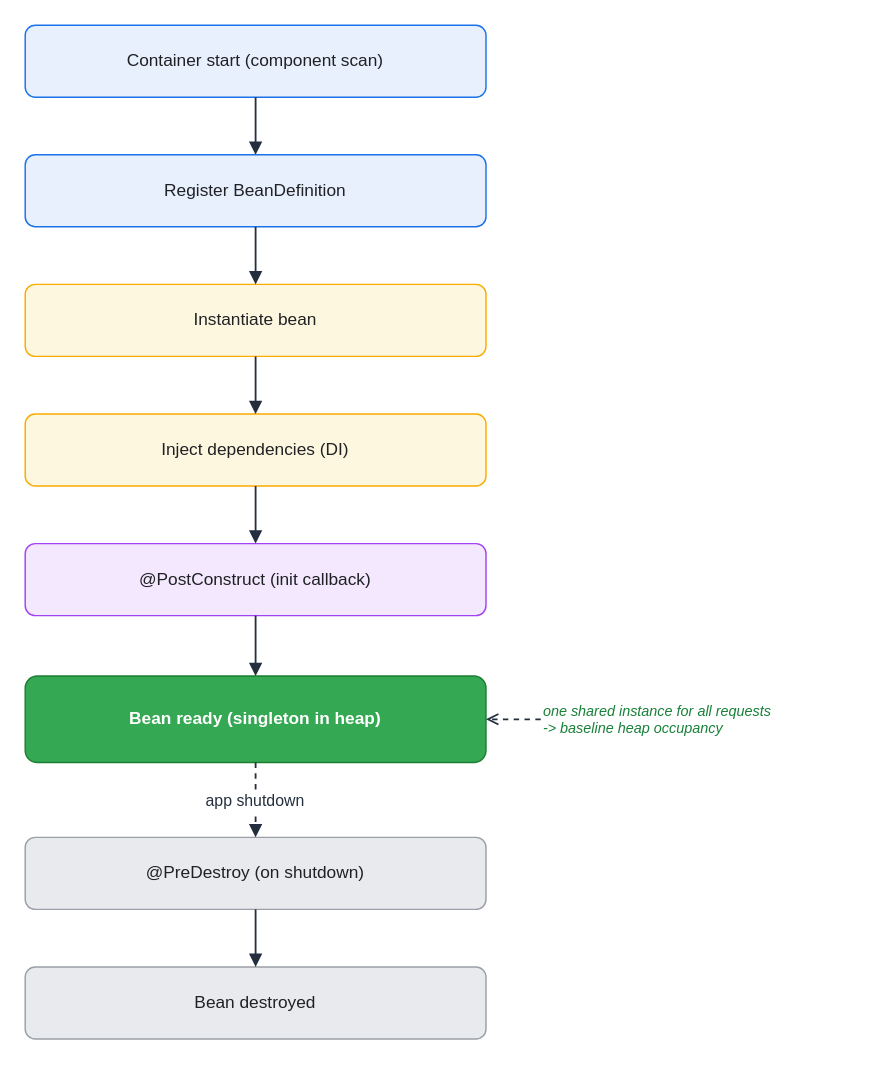
Earlier version of the draw.io diagram assets/img/spring/spring-04-bean-lifecycle.drawio (KKamJi98/kkamji98.github.io). Source tidied: cells renumbered, new cells numbered last; positions are measured from the earlier drawing's top-left corner, leaving out a move shared by most shapes. Both pictures are drawn from the tidied source at 144%, with x=0, y=0 at pixel (24, 24).
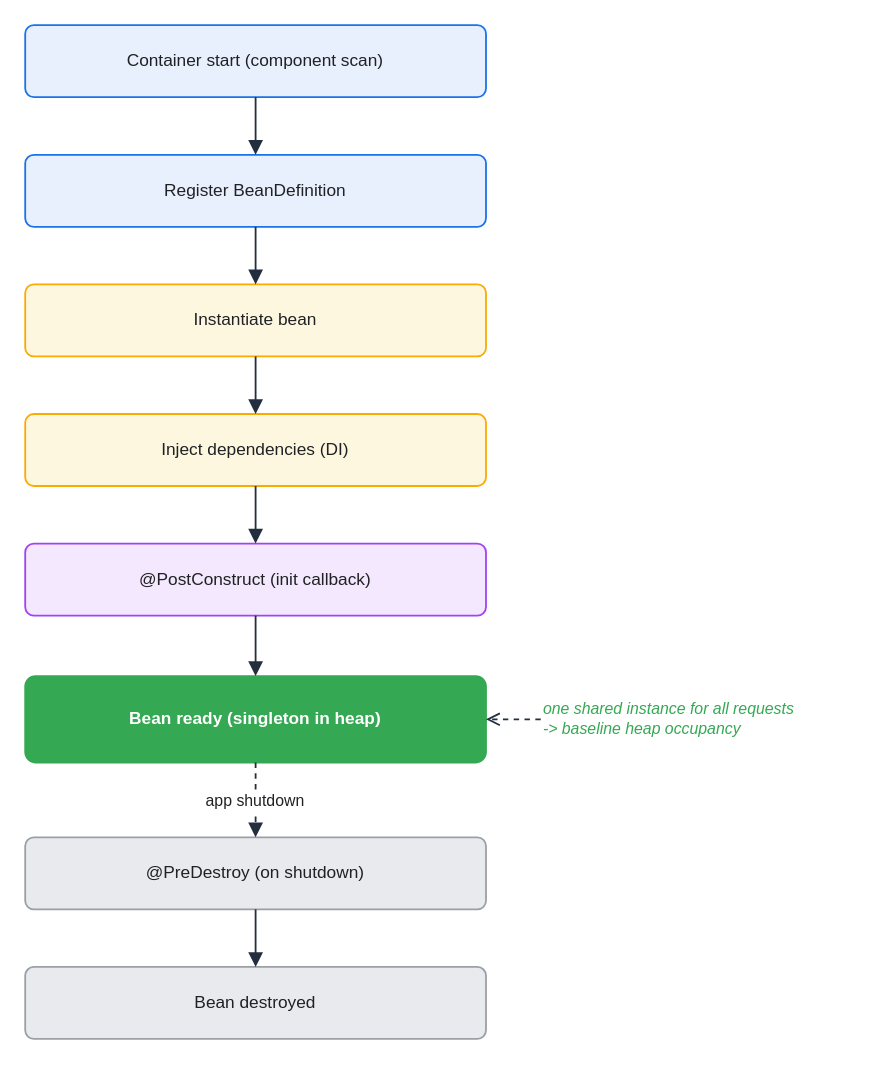
The same page after the edit.

The edit, as a diff of the source:
```diff
@@
 <mxGraphModel background="#FFFFFF">
   <root>
     <mxCell id="0" />
     <mxCell id="1" parent="0" />
-    <mxCell id="2" value="Container start (component scan)" style="rounded=1;whiteSpace=wrap;html=0;arcSize=14;shadow=0;fillColor=#E8F0FE;strokeColor=#1A73E8;fontColor=#202124;" parent="1" vertex="1">
+    <mxCell id="2" value="Container start (component scan)" style="rounded=1;whiteSpace=wrap;html=0;arcSize=12;shadow=0;fillColor=#E8F0FE;strokeColor=#1A73E8;fontColor=#202124;strokeWidth=1.25;" parent="1" vertex="1">
       <mxGeometry width="320" height="50" as="geometry" />
     </mxCell>
-    <mxCell id="3" value="Register BeanDefinition" style="rounded=1;whiteSpace=wrap;html=0;arcSize=14;shadow=0;fillColor=#E8F0FE;strokeColor=#1A73E8;fontColor=#202124;" parent="1" vertex="1">
+    <mxCell id="3" value="Register BeanDefinition" style="rounded=1;whiteSpace=wrap;html=0;arcSize=12;shadow=0;fillColor=#E8F0FE;strokeColor=#1A73E8;fontColor=#202124;strokeWidth=1.25;" parent="1" vertex="1">
       <mxGeometry y="90" width="320" height="50" as="geometry" />
     </mxCell>
-    <mxCell id="4" value="Instantiate bean" style="rounded=1;whiteSpace=wrap;html=0;arcSize=14;shadow=0;fillColor=#FEF7E0;strokeColor=#F9AB00;fontColor=#202124;" parent="1" vertex="1">
+    <mxCell id="4" value="Instantiate bean" style="rounded=1;whiteSpace=wrap;html=0;arcSize=12;shadow=0;fillColor=#FEF7E0;strokeColor=#F9AB00;fontColor=#202124;strokeWidth=1.25;" parent="1" vertex="1">
       <mxGeometry y="180" width="320" height="50" as="geometry" />
     </mxCell>
-    <mxCell id="5" value="Inject dependencies (DI)" style="rounded=1;whiteSpace=wrap;html=0;arcSize=14;shadow=0;fillColor=#FEF7E0;strokeColor=#F9AB00;fontColor=#202124;" parent="1" vertex="1">
+    <mxCell id="5" value="Inject dependencies (DI)" style="rounded=1;whiteSpace=wrap;html=0;arcSize=12;shadow=0;fillColor=#FEF7E0;strokeColor=#F9AB00;fontColor=#202124;strokeWidth=1.25;" parent="1" vertex="1">
       <mxGeometry y="270" width="320" height="50" as="geometry" />
     </mxCell>
-    <mxCell id="6" value="@PostConstruct (init callback)" style="rounded=1;whiteSpace=wrap;html=0;arcSize=14;shadow=0;fillColor=#F3E8FD;strokeColor=#A142F4;fontColor=#202124;" parent="1" vertex="1">
+    <mxCell id="6" value="@PostConstruct (init callback)" style="rounded=1;whiteSpace=wrap;html=0;arcSize=12;shadow=0;fillColor=#F3E8FD;strokeColor=#A142F4;fontColor=#202124;strokeWidth=1.25;" parent="1" vertex="1">
       <mxGeometry y="360" width="320" height="50" as="geometry" />
     </mxCell>
-    <mxCell id="7" value="Bean ready (singleton in heap)" style="rounded=1;whiteSpace=wrap;html=0;arcSize=14;shadow=0;fillColor=#34A853;strokeColor=#1E7E34;fontColor=#FFFFFF;fontStyle=1;" parent="1" vertex="1">
+    <mxCell id="7" value="Bean ready (singleton in heap)" style="rounded=1;whiteSpace=wrap;html=0;arcSize=12;shadow=0;fillColor=#34A853;strokeColor=#34A853;fontColor=#FFFFFF;fontStyle=1;strokeWidth=1.25;" parent="1" vertex="1">
       <mxGeometry y="452" width="320" height="60" as="geometry" />
     </mxCell>
-    <mxCell id="8" value="@PreDestroy (on shutdown)" style="rounded=1;whiteSpace=wrap;html=0;arcSize=14;shadow=0;fillColor=#E8EAED;strokeColor=#9AA0A6;fontColor=#202124;" parent="1" vertex="1">
+    <mxCell id="8" value="@PreDestroy (on shutdown)" style="rounded=1;whiteSpace=wrap;html=0;arcSize=12;shadow=0;fillColor=#E8EAED;strokeColor=#9AA0A6;fontColor=#202124;strokeWidth=1.25;" parent="1" vertex="1">
       <mxGeometry y="564" width="320" height="50" as="geometry" />
     </mxCell>
-    <mxCell id="9" value="Bean destroyed" style="rounded=1;whiteSpace=wrap;html=0;arcSize=14;shadow=0;fillColor=#E8EAED;strokeColor=#9AA0A6;fontColor=#202124;" parent="1" vertex="1">
+    <mxCell id="9" value="Bean destroyed" style="rounded=1;whiteSpace=wrap;html=0;arcSize=12;shadow=0;fillColor=#E8EAED;strokeColor=#9AA0A6;fontColor=#202124;strokeWidth=1.25;" parent="1" vertex="1">
       <mxGeometry y="654" width="320" height="50" as="geometry" />
     </mxCell>
-    <mxCell id="10" value="one shared instance for all requests&#10;-&gt; baseline heap occupancy" style="text;html=0;align=left;verticalAlign=middle;whiteSpace=wrap;fontSize=10;fontColor=#188038;fontStyle=2;" parent="1" vertex="1">
+    <mxCell id="10" value="one shared instance for all requests&#10;-&gt; baseline heap occupancy" style="text;html=0;align=left;verticalAlign=middle;whiteSpace=wrap;fontSize=11;fontColor=#34A853;fontStyle=2;" parent="1" vertex="1">
       <mxGeometry x="358" y="452" width="220" height="60" as="geometry" />
     </mxCell>
-    <mxCell id="11" style="edgeStyle=orthogonalEdgeStyle;rounded=1;html=0;strokeColor=#232F3E;fontColor=#232F3E;labelBackgroundColor=none;endArrow=block;exitX=0.5;exitY=1;exitDx=0;exitDy=0;entryX=0.5;entryY=0;entryDx=0;entryDy=0;strokeWidth=1.25;" parent="1" edge="1" source="2" target="3">
+    <mxCell id="11" style="edgeStyle=orthogonalEdgeStyle;rounded=1;html=0;strokeColor=#232F3E;fontColor=#202124;labelBackgroundColor=none;endArrow=block;exitX=0.5;exitY=1;exitDx=0;exitDy=0;entryX=0.5;entryY=0;entryDx=0;entryDy=0;strokeWidth=1.25;endSize=7;" parent="1" edge="1" source="2" target="3">
       <mxGeometry relative="1" as="geometry" />
     </mxCell>
-    <mxCell id="12" style="edgeStyle=orthogonalEdgeStyle;rounded=1;html=0;strokeColor=#232F3E;fontColor=#232F3E;labelBackgroundColor=none;endArrow=block;exitX=0.5;exitY=1;exitDx=0;exitDy=0;entryX=0.5;entryY=0;entryDx=0;entryDy=0;strokeWidth=1.25;" parent="1" edge="1" source="3" target="4">
+    <mxCell id="12" style="edgeStyle=orthogonalEdgeStyle;rounded=1;html=0;strokeColor=#232F3E;fontColor=#202124;labelBackgroundColor=none;endArrow=block;exitX=0.5;exitY=1;exitDx=0;exitDy=0;entryX=0.5;entryY=0;entryDx=0;entryDy=0;strokeWidth=1.25;endSize=7;" parent="1" edge="1" source="3" target="4">
       <mxGeometry relative="1" as="geometry" />
     </mxCell>
-    <mxCell id="13" style="edgeStyle=orthogonalEdgeStyle;rounded=1;html=0;strokeColor=#232F3E;fontColor=#232F3E;labelBackgroundColor=none;endArrow=block;exitX=0.5;exitY=1;exitDx=0;exitDy=0;entryX=0.5;entryY=0;entryDx=0;entryDy=0;strokeWidth=1.25;" parent="1" edge="1" source="4" target="5">
+    <mxCell id="13" style="edgeStyle=orthogonalEdgeStyle;rounded=1;html=0;strokeColor=#232F3E;fontColor=#202124;labelBackgroundColor=none;endArrow=block;exitX=0.5;exitY=1;exitDx=0;exitDy=0;entryX=0.5;entryY=0;entryDx=0;entryDy=0;strokeWidth=1.25;endSize=7;" parent="1" edge="1" source="4" target="5">
       <mxGeometry relative="1" as="geometry" />
     </mxCell>
-    <mxCell id="14" style="edgeStyle=orthogonalEdgeStyle;rounded=1;html=0;strokeColor=#232F3E;fontColor=#232F3E;labelBackgroundColor=none;endArrow=block;exitX=0.5;exitY=1;exitDx=0;exitDy=0;entryX=0.5;entryY=0;entryDx=0;entryDy=0;strokeWidth=1.25;" parent="1" edge="1" source="5" target="6">
+    <mxCell id="14" style="edgeStyle=orthogonalEdgeStyle;rounded=1;html=0;strokeColor=#232F3E;fontColor=#202124;labelBackgroundColor=none;endArrow=block;exitX=0.5;exitY=1;exitDx=0;exitDy=0;entryX=0.5;entryY=0;entryDx=0;entryDy=0;strokeWidth=1.25;endSize=7;" parent="1" edge="1" source="5" target="6">
       <mxGeometry relative="1" as="geometry" />
     </mxCell>
-    <mxCell id="15" style="edgeStyle=orthogonalEdgeStyle;rounded=1;html=0;strokeColor=#232F3E;fontColor=#232F3E;labelBackgroundColor=none;endArrow=block;exitX=0.5;exitY=1;exitDx=0;exitDy=0;entryX=0.5;entryY=0;entryDx=0;entryDy=0;strokeWidth=1.25;" parent="1" edge="1" source="6" target="7">
+    <mxCell id="15" style="edgeStyle=orthogonalEdgeStyle;rounded=1;html=0;strokeColor=#232F3E;fontColor=#202124;labelBackgroundColor=none;endArrow=block;exitX=0.5;exitY=1;exitDx=0;exitDy=0;entryX=0.5;entryY=0;entryDx=0;entryDy=0;strokeWidth=1.25;endSize=7;" parent="1" edge="1" source="6" target="7">
       <mxGeometry relative="1" as="geometry" />
     </mxCell>
-    <mxCell id="16" value="app shutdown" style="edgeStyle=orthogonalEdgeStyle;rounded=1;html=0;dashed=1;strokeColor=#232F3E;fontColor=#232F3E;labelBackgroundColor=#FFFFFF;endArrow=block;exitX=0.5;exitY=1;exitDx=0;exitDy=0;entryX=0.5;entryY=0;entryDx=0;entryDy=0;strokeWidth=1.25;" parent="1" edge="1" source="7" target="8">
+    <mxCell id="16" value="app shutdown" style="edgeStyle=orthogonalEdgeStyle;rounded=1;html=0;dashed=1;strokeColor=#232F3E;fontColor=#202124;labelBackgroundColor=#FFFFFF;endArrow=block;exitX=0.5;exitY=1;exitDx=0;exitDy=0;entryX=0.5;entryY=0;entryDx=0;entryDy=0;strokeWidth=1.25;endSize=7;" parent="1" edge="1" source="7" target="8">
       <mxGeometry relative="1" as="geometry" />
     </mxCell>
-    <mxCell id="17" style="edgeStyle=orthogonalEdgeStyle;rounded=1;html=0;strokeColor=#232F3E;fontColor=#232F3E;labelBackgroundColor=none;endArrow=block;exitX=0.5;exitY=1;exitDx=0;exitDy=0;entryX=0.5;entryY=0;entryDx=0;entryDy=0;strokeWidth=1.25;" parent="1" edge="1" source="8" target="9">
+    <mxCell id="17" style="edgeStyle=orthogonalEdgeStyle;rounded=1;html=0;strokeColor=#232F3E;fontColor=#202124;labelBackgroundColor=none;endArrow=block;exitX=0.5;exitY=1;exitDx=0;exitDy=0;entryX=0.5;entryY=0;entryDx=0;entryDy=0;strokeWidth=1.25;endSize=7;" parent="1" edge="1" source="8" target="9">
       <mxGeometry relative="1" as="geometry" />
     </mxCell>
-    <mxCell id="18" style="edgeStyle=orthogonalEdgeStyle;rounded=1;html=0;dashed=1;strokeColor=#232F3E;fontColor=#232F3E;labelBackgroundColor=none;endArrow=open;endSize=6;exitX=0;exitY=0.5;exitDx=0;exitDy=0;entryX=1;entryY=0.5;entryDx=0;entryDy=0;strokeWidth=1.25;" parent="1" edge="1" source="10" target="7">
+    <mxCell id="18" style="edgeStyle=orthogonalEdgeStyle;rounded=1;html=0;dashed=1;strokeColor=#232F3E;fontColor=#202124;labelBackgroundColor=none;endArrow=open;endSize=7;exitX=0;exitY=0.5;exitDx=0;exitDy=0;entryX=1;entryY=0.5;entryDx=0;entryDy=0;strokeWidth=1.25;" parent="1" edge="1" source="10" target="7">
       <mxGeometry relative="1" as="geometry" />
     </mxCell>
   </root>
 </mxGraphModel>
```
